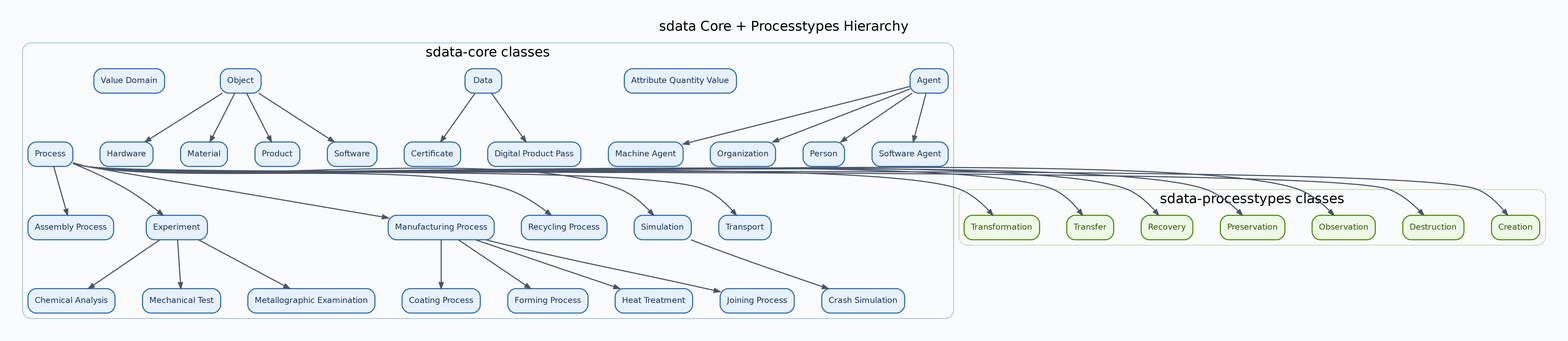
lepy/sdata-ontology keeps this Graphviz diagram as docs/diagrams/sdata-core-processtypes-hierarchy.png. Above is the earlier version. Its source is kept beside it as docs/diagrams/sdata-core-processtypes-hierarchy.dot.
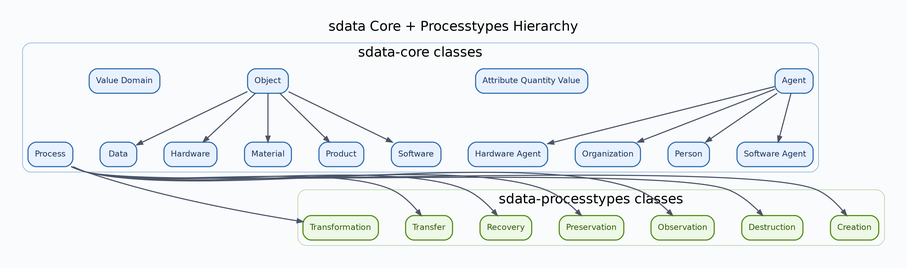
Above is the later version.

Diff of the diagram source:
```diff
@@ -26,6 +26,68 @@
 		fontname=Helvetica,
 		penwidth=1.6
 	];
+	subgraph cluster_core {
+		graph [color="#90B5E8",
+			label="sdata-core classes",
+			style=rounded
+		];
+		"https://w3id.org/sdata/core/Agent"	[color="#2B6CB0",
+			fillcolor="#E8F1FF",
+			fontcolor="#1A365D",
+			label=Agent];
+		"https://w3id.org/sdata/core/AttributeQuantityValue"	[color="#2B6CB0",
+			fillcolor="#E8F1FF",
+			fontcolor="#1A365D",
+			label="Attribute Quantity Value"];
+		"https://w3id.org/sdata/core/Data"	[color="#2B6CB0",
+			fillcolor="#E8F1FF",
+			fontcolor="#1A365D",
+			label=Data];
+		"https://w3id.org/sdata/core/Hardware"	[color="#2B6CB0",
+			fillcolor="#E8F1FF",
+			fontcolor="#1A365D",
+			label=Hardware];
+		"https://w3id.org/sdata/core/HardwareAgent"	[color="#2B6CB0",
+			fillcolor="#E8F1FF",
+			fontcolor="#1A365D",
+			label="Hardware Agent"];
+		"https://w3id.org/sdata/core/Material"	[color="#2B6CB0",
+			fillcolor="#E8F1FF",
+			fontcolor="#1A365D",
+			label=Material];
+		"https://w3id.org/sdata/core/Object"	[color="#2B6CB0",
+			fillcolor="#E8F1FF",
+			fontcolor="#1A365D",
+			label=Object];
+		"https://w3id.org/sdata/core/Organization"	[color="#2B6CB0",
+			fillcolor="#E8F1FF",
+			fontcolor="#1A365D",
+			label=Organization];
+		"https://w3id.org/sdata/core/Person"	[color="#2B6CB0",
+			fillcolor="#E8F1FF",
+			fontcolor="#1A365D",
+			label=Person];
+		"https://w3id.org/sdata/core/Process"	[color="#2B6CB0",
+			fillcolor="#E8F1FF",
+			fontcolor="#1A365D",
+			label=Process];
+		"https://w3id.org/sdata/core/Product"	[color="#2B6CB0",
+			fillcolor="#E8F1FF",
+			fontcolor="#1A365D",
+			label=Product];
+		"https://w3id.org/sdata/core/Software"	[color="#2B6CB0",
+			fillcolor="#E8F1FF",
+			fontcolor="#1A365D",
+			label=Software];
+		"https://w3id.org/sdata/core/SoftwareAgent"	[color="#2B6CB0",
+			fillcolor="#E8F1FF",
+			fontcolor="#1A365D",
+			label="Software Agent"];
+		"https://w3id.org/sdata/core/ValueDomain"	[color="#2B6CB0",
+			fillcolor="#E8F1FF",
+			fontcolor="#1A365D",
+			label="Value Domain"];
+	}
 	subgraph cluster_proc {
 		graph [color="#B6D7A8",
 			label="sdata-processtypes classes",
@@ -60,133 +122,7 @@
 			fontcolor="#2F5D08",
 			label=Transformation];
 	}
-	subgraph cluster_core {
-		graph [color="#90B5E8",
-			label="sdata-core classes",
-			style=rounded
-		];
-		"https://w3id.org/sdata/core/Agent"	[color="#2B6CB0",
-			fillcolor="#E8F1FF",
-			fontcolor="#1A365D",
-			label=Agent];
-		"https://w3id.org/sdata/core/AssemblyProcess"	[color="#2B6CB0",
-			fillcolor="#E8F1FF",
-			fontcolor="#1A365D",
-			label="Assembly Process"];
-		"https://w3id.org/sdata/core/AttributeQuantityValue"	[color="#2B6CB0",
-			fillcolor="#E8F1FF",
-			fontcolor="#1A365D",
-			label="Attribute Quantity Value"];
-		"https://w3id.org/sdata/core/Certificate"	[color="#2B6CB0",
-			fillcolor="#E8F1FF",
-			fontcolor="#1A365D",
-			label=Certificate];
-		"https://w3id.org/sdata/core/ChemicalAnalysis"	[color="#2B6CB0",
-			fillcolor="#E8F1FF",
-			fontcolor="#1A365D",
-			label="Chemical Analysis"];
-		"https://w3id.org/sdata/core/CoatingProcess"	[color="#2B6CB0",
-			fillcolor="#E8F1FF",
-			fontcolor="#1A365D",
-			label="Coating Process"];
-		"https://w3id.org/sdata/core/CrashSimulation"	[color="#2B6CB0",
-			fillcolor="#E8F1FF",
-			fontcolor="#1A365D",
-			label="Crash Simulation"];
-		"https://w3id.org/sdata/core/Data"	[color="#2B6CB0",
-			fillcolor="#E8F1FF",
-			fontcolor="#1A365D",
-			label=Data];
-		"https://w3id.org/sdata/core/DigitalProductPass"	[color="#2B6CB0",
-			fillcolor="#E8F1FF",
-			fontcolor="#1A365D",
-			label="Digital Product Pass"];
-		"https://w3id.org/sdata/core/Experiment"	[color="#2B6CB0",
-			fillcolor="#E8F1FF",
-			fontcolor="#1A365D",
-			label=Experiment];
-		"https://w3id.org/sdata/core/FormingProcess"	[color="#2B6CB0",
-			fillcolor="#E8F1FF",
-			fontcolor="#1A365D",
-			label="Forming Process"];
-		"https://w3id.org/sdata/core/Hardware"	[color="#2B6CB0",
-			fillcolor="#E8F1FF",
-			fontcolor="#1A365D",
-			label=Hardware];
-		"https://w3id.org/sdata/core/HeatTreatment"	[color="#2B6CB0",
-			fillcolor="#E8F1FF",
-			fontcolor="#1A365D",
-			label="Heat Treatment"];
-		"https://w3id.org/sdata/core/JoiningProcess"	[color="#2B6CB0",
-			fillcolor="#E8F1FF",
-			fontcolor="#1A365D",
-			label="Joining Process"];
-		"https://w3id.org/sdata/core/MachineAgent"	[color="#2B6CB0",
-			fillcolor="#E8F1FF",
-			fontcolor="#1A365D",
-			label="Machine Agent"];
-		"https://w3id.org/sdata/core/ManufacturingProcess"	[color="#2B6CB0",
-			fillcolor="#E8F1FF",
-			fontcolor="#1A365D",
-			label="Manufacturing Process"];
-		"https://w3id.org/sdata/core/Material"	[color="#2B6CB0",
-			fillcolor="#E8F1FF",
-			fontcolor="#1A365D",
-			label=Material];
-		"https://w3id.org/sdata/core/MechanicalTest"	[color="#2B6CB0",
-			fillcolor="#E8F1FF",
-			fontcolor="#1A365D",
-			label="Mechanical Test"];
-		"https://w3id.org/sdata/core/MetallographicExamination"	[color="#2B6CB0",
-			fillcolor="#E8F1FF",
-			fontcolor="#1A365D",
-			label="Metallographic Examination"];
-		"https://w3id.org/sdata/core/Object"	[color="#2B6CB0",
-			fillcolor="#E8F1FF",
-			fontcolor="#1A365D",
-			label=Object];
-		"https://w3id.org/sdata/core/Organization"	[color="#2B6CB0",
-			fillcolor="#E8F1FF",
-			fontcolor="#1A365D",
-			label=Organization];
-		"https://w3id.org/sdata/core/Person"	[color="#2B6CB0",
-			fillcolor="#E8F1FF",
-			fontcolor="#1A365D",
-			label=Person];
-		"https://w3id.org/sdata/core/Process"	[color="#2B6CB0",
-			fillcolor="#E8F1FF",
-			fontcolor="#1A365D",
-			label=Process];
-		"https://w3id.org/sdata/core/Product"	[color="#2B6CB0",
-			fillcolor="#E8F1FF",
-			fontcolor="#1A365D",
-			label=Product];
-		"https://w3id.org/sdata/core/RecyclingProcess"	[color="#2B6CB0",
-			fillcolor="#E8F1FF",
-			fontcolor="#1A365D",
-			label="Recycling Process"];
-		"https://w3id.org/sdata/core/Simulation"	[color="#2B6CB0",
-			fillcolor="#E8F1FF",
-			fontcolor="#1A365D",
-			label=Simulation];
-		"https://w3id.org/sdata/core/Software"	[color="#2B6CB0",
-			fillcolor="#E8F1FF",
-			fontcolor="#1A365D",
-			label=Software];
-		"https://w3id.org/sdata/core/SoftwareAgent"	[color="#2B6CB0",
-			fillcolor="#E8F1FF",
-			fontcolor="#1A365D",
-			label="Software Agent"];
-		"https://w3id.org/sdata/core/Transport"	[color="#2B6CB0",
-			fillcolor="#E8F1FF",
-			fontcolor="#1A365D",
-			label=Transport];
-		"https://w3id.org/sdata/core/ValueDomain"	[color="#2B6CB0",
-			fillcolor="#E8F1FF",
-			fontcolor="#1A365D",
-			label="Value Domain"];
-	}
-	"https://w3id.org/sdata/core/Agent" -> "https://w3id.org/sdata/core/MachineAgent";
+	"https://w3id.org/sdata/core/Agent" -> "https://w3id.org/sdata/core/HardwareAgent";
 	"https://w3id.org/sdata/core/Agent" -> "https://w3id.org/sdata/core/Organization";
 	"https://w3id.org/sdata/core/Agent" -> "https://w3id.org/sdata/core/Person";
 	"https://w3id.org/sdata/core/Agent" -> "https://w3id.org/sdata/core/SoftwareAgent";
@@ -195,25 +131,11 @@
 		minlen=2,
 		style=invis,
 		weight=120];
-	"https://w3id.org/sdata/core/Data" -> "https://w3id.org/sdata/core/Certificate";
-	"https://w3id.org/sdata/core/Data" -> "https://w3id.org/sdata/core/DigitalProductPass";
-	"https://w3id.org/sdata/core/Experiment" -> "https://w3id.org/sdata/core/ChemicalAnalysis";
-	"https://w3id.org/sdata/core/Experiment" -> "https://w3id.org/sdata/core/MechanicalTest";
-	"https://w3id.org/sdata/core/Experiment" -> "https://w3id.org/sdata/core/MetallographicExamination";
-	"https://w3id.org/sdata/core/ManufacturingProcess" -> "https://w3id.org/sdata/core/CoatingProcess";
-	"https://w3id.org/sdata/core/ManufacturingProcess" -> "https://w3id.org/sdata/core/FormingProcess";
-	"https://w3id.org/sdata/core/ManufacturingProcess" -> "https://w3id.org/sdata/core/HeatTreatment";
-	"https://w3id.org/sdata/core/ManufacturingProcess" -> "https://w3id.org/sdata/core/JoiningProcess";
+	"https://w3id.org/sdata/core/Object" -> "https://w3id.org/sdata/core/Data";
 	"https://w3id.org/sdata/core/Object" -> "https://w3id.org/sdata/core/Hardware";
 	"https://w3id.org/sdata/core/Object" -> "https://w3id.org/sdata/core/Material";
 	"https://w3id.org/sdata/core/Object" -> "https://w3id.org/sdata/core/Product";
 	"https://w3id.org/sdata/core/Object" -> "https://w3id.org/sdata/core/Software";
-	"https://w3id.org/sdata/core/Process" -> "https://w3id.org/sdata/core/AssemblyProcess";
-	"https://w3id.org/sdata/core/Process" -> "https://w3id.org/sdata/core/Experiment";
-	"https://w3id.org/sdata/core/Process" -> "https://w3id.org/sdata/core/ManufacturingProcess";
-	"https://w3id.org/sdata/core/Process" -> "https://w3id.org/sdata/core/RecyclingProcess";
-	"https://w3id.org/sdata/core/Process" -> "https://w3id.org/sdata/core/Simulation";
-	"https://w3id.org/sdata/core/Process" -> "https://w3id.org/sdata/core/Transport";
 	"https://w3id.org/sdata/core/Process" -> "https://w3id.org/sdata/core/Creation";
 	"https://w3id.org/sdata/core/Process" -> "https://w3id.org/sdata/core/Destruction";
 	"https://w3id.org/sdata/core/Process" -> "https://w3id.org/sdata/core/Observation";
@@ -221,5 +143,4 @@
 	"https://w3id.org/sdata/core/Process" -> "https://w3id.org/sdata/core/Recovery";
 	"https://w3id.org/sdata/core/Process" -> "https://w3id.org/sdata/core/Transfer";
 	"https://w3id.org/sdata/core/Process" -> "https://w3id.org/sdata/core/Transformation";
-	"https://w3id.org/sdata/core/Simulation" -> "https://w3id.org/sdata/core/CrashSimulation";
 }
```
